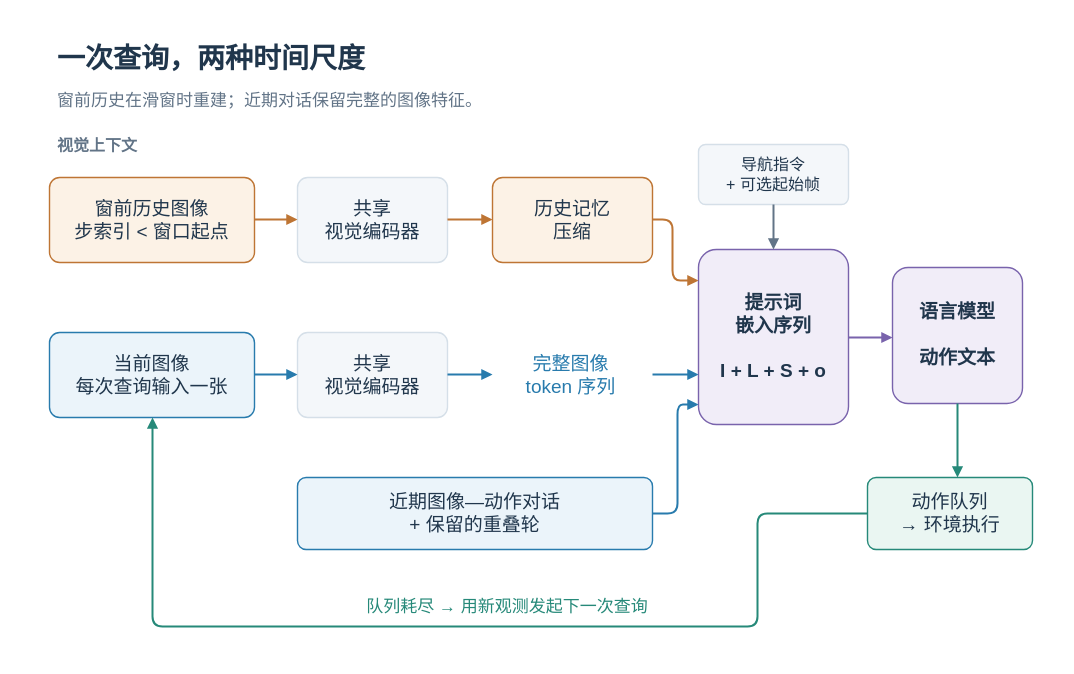
Eku127/SwiftVLN keeps this draw.io diagram as docs/assets/concepts/diagrams/dual-memory.zh-CN.drawio. Above is the earlier version. Source tidied: cells renumbered, new cells numbered last; positions are measured from the earlier drawing's top-left corner, leaving out a move shared by most shapes. Both pictures are drawn from the tidied source at 100%, with x=0, y=0 at pixel (17, 17).
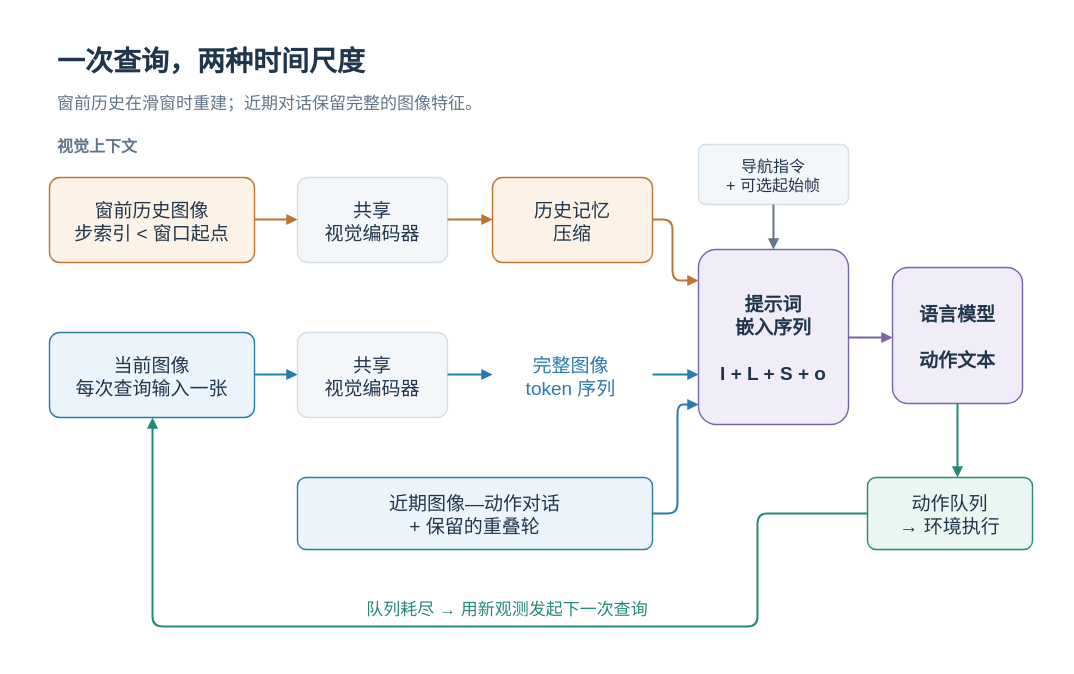
The same diagram, later.

Diff of the diagram source:
```diff
@@
-    <mxCell id="2" style="rounded=0;arcSize=12;whiteSpace=wrap;html=0;fillColor=#FFFFFF;strokeColor=none;strokeWidth=1.4;fontColor=#20364C;fontFamily=Arial;fontSize=19;fontStyle=0;align=center;verticalAlign=middle;spacing=8;" parent="1" vertex="1">
+    <mxCell id="2" style="rounded=0;arcSize=12;whiteSpace=nowrap;html=0;fillColor=#FFFFFF;strokeColor=none;strokeWidth=1.4;fontColor=#20364C;fontFamily=Arial;fontSize=19;fontStyle=0;align=center;verticalAlign=middle;spacing=8;" parent="1" vertex="1">
       <mxGeometry width="1040" height="640" as="geometry" />
     </mxCell>
-    <mxCell id="3" value="一次查询，两种时间尺度" style="rounded=0;arcSize=12;whiteSpace=wrap;html=0;fillColor=none;strokeColor=none;strokeWidth=1.4;fontColor=#20364C;fontFamily=Arial;fontSize=28;fontStyle=1;align=left;verticalAlign=middle;spacing=8;" parent="1" vertex="1">
+    <mxCell id="3" value="一次查询，两种时间尺度" style="rounded=0;arcSize=12;whiteSpace=nowrap;html=0;fillColor=none;strokeColor=none;strokeWidth=1.4;fontColor=#20364C;fontFamily=Arial;fontSize=28;fontStyle=1;align=left;verticalAlign=middle;spacing=8;" parent="1" vertex="1">
       <mxGeometry x="32" y="22" width="970" height="38" as="geometry" />
     </mxCell>
-    <mxCell id="4" value="窗前历史在滑窗时重建；近期对话保留完整的图像特征。" style="rounded=0;arcSize=12;whiteSpace=wrap;html=0;fillColor=none;strokeColor=none;strokeWidth=1.4;fontColor=#627487;fontFamily=Arial;fontSize=17;fontStyle=0;align=left;verticalAlign=middle;spacing=8;" parent="1" vertex="1">
+    <mxCell id="4" value="窗前历史在滑窗时重建；近期对话保留完整的图像特征。" style="rounded=0;arcSize=12;whiteSpace=nowrap;html=0;fillColor=none;strokeColor=none;strokeWidth=1.4;fontColor=#627487;fontFamily=Arial;fontSize=17;fontStyle=0;align=left;verticalAlign=middle;spacing=8;" parent="1" vertex="1">
       <mxGeometry x="32" y="67" width="970" height="34" as="geometry" />
     </mxCell>
-    <mxCell id="5" value="视觉上下文" style="rounded=0;arcSize=12;whiteSpace=wrap;html=0;fillColor=none;strokeColor=none;strokeWidth=1.4;fontColor=#627487;fontFamily=Arial;fontSize=16;fontStyle=1;align=left;verticalAlign=middle;spacing=8;" parent="1" vertex="1">
+    <mxCell id="5" value="视觉上下文" style="rounded=0;arcSize=12;whiteSpace=nowrap;html=0;fillColor=none;strokeColor=none;strokeWidth=1.4;fontColor=#627487;fontFamily=Arial;fontSize=16;fontStyle=1;align=left;verticalAlign=middle;spacing=8;" parent="1" vertex="1">
       <mxGeometry x="32" y="114" width="570" height="28" as="geometry" />
     </mxCell>
-    <mxCell id="6" value="窗前历史图像&#10;步索引 &lt; 窗口起点" style="rounded=1;arcSize=12;whiteSpace=wrap;html=0;fillColor=#FCF2E6;strokeColor=#BE7534;strokeWidth=1.4;fontColor=#20364C;fontFamily=Arial;fontSize=19;fontStyle=0;align=center;verticalAlign=middle;spacing=8;" parent="1" vertex="1">
+    <mxCell id="6" value="窗前历史图像&#10;步索引 &lt; 窗口起点" style="rounded=1;arcSize=12;whiteSpace=nowrap;html=0;fillColor=#FCF2E6;strokeColor=#BE7534;strokeWidth=1.4;fontColor=#20364C;fontFamily=Arial;fontSize=19;fontStyle=0;align=center;verticalAlign=middle;spacing=8;" parent="1" vertex="1">
       <mxGeometry x="32" y="160" width="205" height="85" as="geometry" />
     </mxCell>
-    <mxCell id="7" value="共享&#10;视觉编码器" style="rounded=1;arcSize=12;whiteSpace=wrap;html=0;fillColor=#F4F7FA;strokeColor=#D5DFE8;strokeWidth=1.4;fontColor=#20364C;fontFamily=Arial;fontSize=19;fontStyle=0;align=center;verticalAlign=middle;spacing=8;" parent="1" vertex="1">
+    <mxCell id="7" value="共享&#10;视觉编码器" style="rounded=1;arcSize=12;whiteSpace=nowrap;html=0;fillColor=#F4F7FA;strokeColor=#D5DFE8;strokeWidth=1.4;fontColor=#20364C;fontFamily=Arial;fontSize=19;fontStyle=0;align=center;verticalAlign=middle;spacing=8;" parent="1" vertex="1">
       <mxGeometry x="280" y="160" width="150" height="85" as="geometry" />
     </mxCell>
-    <mxCell id="8" value="历史记忆&#10;压缩" style="rounded=1;arcSize=12;whiteSpace=wrap;html=0;fillColor=#FCF2E6;strokeColor=#BE7534;strokeWidth=1.4;fontColor=#20364C;fontFamily=Arial;fontSize=19;fontStyle=0;align=center;verticalAlign=middle;spacing=8;" parent="1" vertex="1">
+    <mxCell id="8" value="历史记忆&#10;压缩" style="rounded=1;arcSize=12;whiteSpace=nowrap;html=0;fillColor=#FCF2E6;strokeColor=#BE7534;strokeWidth=1.4;fontColor=#20364C;fontFamily=Arial;fontSize=19;fontStyle=0;align=center;verticalAlign=middle;spacing=8;" parent="1" vertex="1">
       <mxGeometry x="475" y="160" width="160" height="85" as="geometry" />
     </mxCell>
@@
-    <mxCell id="11" value="当前图像&#10;每次查询输入一张" style="rounded=1;arcSize=12;whiteSpace=wrap;html=0;fillColor=#EBF4FA;strokeColor=#287BAD;strokeWidth=1.4;fontColor=#20364C;fontFamily=Arial;fontSize=19;fontStyle=0;align=center;verticalAlign=middle;spacing=8;" parent="1" vertex="1">
+    <mxCell id="11" value="当前图像&#10;每次查询输入一张" style="rounded=1;arcSize=12;whiteSpace=nowrap;html=0;fillColor=#EBF4FA;strokeColor=#287BAD;strokeWidth=1.4;fontColor=#20364C;fontFamily=Arial;fontSize=19;fontStyle=0;align=center;verticalAlign=middle;spacing=8;" parent="1" vertex="1">
       <mxGeometry x="32" y="315" width="205" height="85" as="geometry" />
     </mxCell>
-    <mxCell id="12" value="共享&#10;视觉编码器" style="rounded=1;arcSize=12;whiteSpace=wrap;html=0;fillColor=#F4F7FA;strokeColor=#D5DFE8;strokeWidth=1.4;fontColor=#20364C;fontFamily=Arial;fontSize=19;fontStyle=0;align=center;verticalAlign=middle;spacing=8;" parent="1" vertex="1">
+    <mxCell id="12" value="共享&#10;视觉编码器" style="rounded=1;arcSize=12;whiteSpace=nowrap;html=0;fillColor=#F4F7FA;strokeColor=#D5DFE8;strokeWidth=1.4;fontColor=#20364C;fontFamily=Arial;fontSize=19;fontStyle=0;align=center;verticalAlign=middle;spacing=8;" parent="1" vertex="1">
       <mxGeometry x="280" y="315" width="150" height="85" as="geometry" />
     </mxCell>
-    <mxCell id="13" value="完整图像&#10;token 序列" style="rounded=0;arcSize=12;whiteSpace=wrap;html=0;fillColor=none;strokeColor=none;strokeWidth=1.4;fontColor=#287BAD;fontFamily=Arial;fontSize=19;fontStyle=0;align=center;verticalAlign=middle;spacing=8;" parent="1" vertex="1">
+    <mxCell id="13" value="完整图像&#10;token 序列" style="rounded=0;arcSize=12;whiteSpace=nowrap;html=0;fillColor=none;strokeColor=none;strokeWidth=1.4;fontColor=#287BAD;fontFamily=Arial;fontSize=19;fontStyle=0;align=center;verticalAlign=middle;spacing=8;" parent="1" vertex="1">
       <mxGeometry x="471" y="325" width="165" height="65" as="geometry" />
     </mxCell>
@@
-    <mxCell id="16" value="近期图像—动作对话&#10;+ 保留的重叠轮" style="rounded=1;arcSize=12;whiteSpace=wrap;html=0;fillColor=#EBF4FA;strokeColor=#287BAD;strokeWidth=1.4;fontColor=#20364C;fontFamily=Arial;fontSize=19;fontStyle=0;align=center;verticalAlign=middle;spacing=8;" parent="1" vertex="1">
+    <mxCell id="16" value="近期图像—动作对话&#10;+ 保留的重叠轮" style="rounded=1;arcSize=12;whiteSpace=nowrap;html=0;fillColor=#EBF4FA;strokeColor=#287BAD;strokeWidth=1.4;fontColor=#20364C;fontFamily=Arial;fontSize=19;fontStyle=0;align=center;verticalAlign=middle;spacing=8;" parent="1" vertex="1">
       <mxGeometry x="280" y="460" width="355" height="72" as="geometry" />
     </mxCell>
-    <mxCell id="17" value="导航指令&#10;+ 可选起始帧" style="rounded=1;arcSize=12;whiteSpace=wrap;html=0;fillColor=#F4F7FA;strokeColor=#D5DFE8;strokeWidth=1.4;fontColor=#20364C;fontFamily=Arial;fontSize=16;fontStyle=0;align=center;verticalAlign=middle;spacing=8;" parent="1" vertex="1">
+    <mxCell id="17" value="导航指令&#10;+ 可选起始帧" style="rounded=1;arcSize=12;whiteSpace=nowrap;html=0;fillColor=#F4F7FA;strokeColor=#D5DFE8;strokeWidth=1.4;fontColor=#20364C;fontFamily=Arial;fontSize=16;fontStyle=0;align=center;verticalAlign=middle;spacing=8;" parent="1" vertex="1">
       <mxGeometry x="681" y="127" width="150" height="60" as="geometry" />
     </mxCell>
-    <mxCell id="18" value="提示词&#10;嵌入序列&#10;&#10;I + L + S + o" style="rounded=1;arcSize=12;whiteSpace=wrap;html=0;fillColor=#F1EDF8;strokeColor=#7963AC;strokeWidth=1.4;fontColor=#20364C;fontFamily=Arial;fontSize=19;fontStyle=1;align=center;verticalAlign=middle;spacing=8;" parent="1" vertex="1">
+    <mxCell id="18" value="提示词&#10;嵌入序列&#10;&#10;I + L + S + o" style="rounded=1;arcSize=12;whiteSpace=nowrap;html=0;fillColor=#F1EDF8;strokeColor=#7963AC;strokeWidth=1.4;fontColor=#20364C;fontFamily=Arial;fontSize=19;fontStyle=1;align=center;verticalAlign=middle;spacing=8;" parent="1" vertex="1">
       <mxGeometry x="681" y="232" width="150" height="175" as="geometry" />
     </mxCell>
@@
-    <mxCell id="23" value="语言模型&#10;&#10;动作文本" style="rounded=1;arcSize=12;whiteSpace=wrap;html=0;fillColor=#F1EDF8;strokeColor=#7963AC;strokeWidth=1.4;fontColor=#20364C;fontFamily=Arial;fontSize=19;fontStyle=1;align=center;verticalAlign=middle;spacing=8;" parent="1" vertex="1">
+    <mxCell id="23" value="语言模型&#10;&#10;动作文本" style="rounded=1;arcSize=12;whiteSpace=nowrap;html=0;fillColor=#F1EDF8;strokeColor=#7963AC;strokeWidth=1.4;fontColor=#20364C;fontFamily=Arial;fontSize=19;fontStyle=1;align=center;verticalAlign=middle;spacing=8;" parent="1" vertex="1">
       <mxGeometry x="875" y="250" width="130" height="136" as="geometry" />
     </mxCell>
@@
-    <mxCell id="25" value="动作队列&#10;→ 环境执行" style="rounded=1;arcSize=12;whiteSpace=wrap;html=0;fillColor=#EAF6F2;strokeColor=#268979;strokeWidth=1.4;fontColor=#20364C;fontFamily=Arial;fontSize=19;fontStyle=0;align=center;verticalAlign=middle;spacing=8;" parent="1" vertex="1">
+    <mxCell id="25" value="动作队列&#10;→ 环境执行" style="rounded=1;arcSize=12;whiteSpace=nowrap;html=0;fillColor=#EAF6F2;strokeColor=#268979;strokeWidth=1.4;fontColor=#20364C;fontFamily=Arial;fontSize=19;fontStyle=0;align=center;verticalAlign=middle;spacing=8;" parent="1" vertex="1">
       <mxGeometry x="850" y="460" width="165" height="72" as="geometry" />
     </mxCell>
@@
-    <mxCell id="28" value="队列耗尽 → 用新观测发起下一次查询" style="rounded=0;arcSize=12;whiteSpace=wrap;html=0;fillColor=none;strokeColor=none;strokeWidth=1.4;fontColor=#268979;fontFamily=Arial;fontSize=17;fontStyle=0;align=center;verticalAlign=middle;spacing=8;" parent="1" vertex="1">
+    <mxCell id="28" value="队列耗尽 → 用新观测发起下一次查询" style="rounded=0;arcSize=12;whiteSpace=nowrap;html=0;fillColor=none;strokeColor=none;strokeWidth=1.4;fontColor=#268979;fontFamily=Arial;fontSize=17;fontStyle=0;align=center;verticalAlign=middle;spacing=8;" parent="1" vertex="1">
       <mxGeometry x="310" y="575" width="360" height="30" as="geometry" />
     </mxCell>
```
